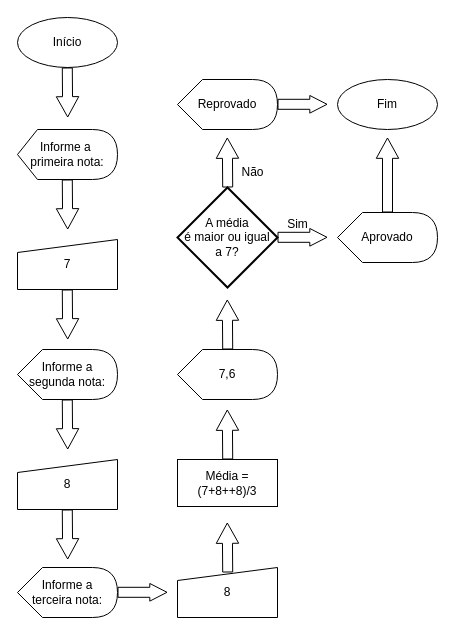
Above: Fluxograma/fluxograma-notas.drawio in guitrs/_git (draw.io), before the change. Source tidied: cells renumbered, new cells numbered last; positions are measured from the earlier drawing's top-left corner, leaving out a move shared by most shapes. Both pictures are drawn from the tidied source at 100%, with x=0, y=0 at pixel (17, 17).
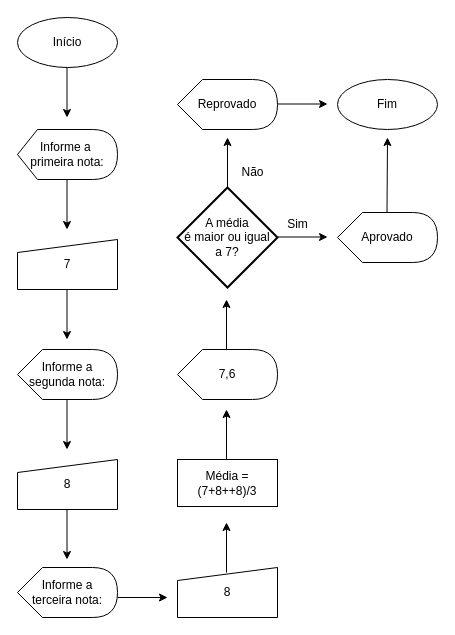
The same page after the edit.

Unchanged cells that the change refers to:
```xml
<mxCell id="23" value="Aprovado" style="shape=display;whiteSpace=wrap;html=1;" parent="1" vertex="1">
  <mxGeometry x="320" y="195" width="100" height="50" as="geometry" />
</mxCell>
```

Change to the diagram source:
```diff
@@
-    <mxCell id="8" style="shape=flexArrow;endArrow=classic;html=1;rounded=0;endWidth=11.428571428571429;endSize=6.442857142857142;" parent="1" edge="1">
-      <mxGeometry relative="1" as="geometry">
-        <mxPoint x="49.8" y="382" as="sourcePoint" />
-        <mxPoint x="50.2" y="432" as="targetPoint" />
-      </mxGeometry>
-    </mxCell>
-    <mxCell id="9" style="shape=flexArrow;endArrow=classic;html=1;rounded=0;endWidth=6.666666666666666;endSize=5.3999999999999995;" parent="1" edge="1">
-      <mxGeometry relative="1" as="geometry">
-        <mxPoint x="100" y="574.8" as="sourcePoint" />
-        <mxPoint x="150" y="574.8" as="targetPoint" />
-      </mxGeometry>
-    </mxCell>
-    <mxCell id="10" style="shape=flexArrow;endArrow=classic;html=1;rounded=0;endWidth=11.428571428571429;endSize=6.442857142857142;" parent="1" edge="1">
-      <mxGeometry relative="1" as="geometry">
-        <mxPoint x="49.8" y="272" as="sourcePoint" />
-        <mxPoint x="50.2" y="322" as="targetPoint" />
-      </mxGeometry>
-    </mxCell>
-    <mxCell id="11" style="shape=flexArrow;endArrow=classic;html=1;rounded=0;endWidth=11.428571428571429;endSize=6.442857142857142;" parent="1" edge="1">
-      <mxGeometry relative="1" as="geometry">
-        <mxPoint x="49.8" y="162" as="sourcePoint" />
-        <mxPoint x="50.2" y="212" as="targetPoint" />
-      </mxGeometry>
-    </mxCell>
-    <mxCell id="12" style="shape=flexArrow;endArrow=classic;html=1;rounded=0;endWidth=11.428571428571429;endSize=6.442857142857142;" parent="1" edge="1">
-      <mxGeometry relative="1" as="geometry">
-        <mxPoint x="49.8" y="50" as="sourcePoint" />
-        <mxPoint x="50.2" y="100" as="targetPoint" />
-      </mxGeometry>
-    </mxCell>
@@
-    <mxCell id="14" style="shape=flexArrow;endArrow=classic;html=1;rounded=0;endWidth=11.428571428571429;endSize=6.442857142857142;" parent="1" edge="1">
-      <mxGeometry relative="1" as="geometry">
-        <mxPoint x="49.8" y="492" as="sourcePoint" />
-        <mxPoint x="50.2" y="542" as="targetPoint" />
-      </mxGeometry>
-    </mxCell>
@@
-    <mxCell id="16" style="shape=flexArrow;endArrow=classic;html=1;rounded=0;endWidth=11.428571428571429;endSize=6.442857142857142;" parent="1" edge="1">
-      <mxGeometry relative="1" as="geometry">
-        <mxPoint x="210.2" y="555" as="sourcePoint" />
-        <mxPoint x="209.8" y="505" as="targetPoint" />
-      </mxGeometry>
-    </mxCell>
@@
-    <mxCell id="19" style="shape=flexArrow;endArrow=classic;html=1;rounded=0;endWidth=11.428571428571429;endSize=6.442857142857142;" parent="1" edge="1">
-      <mxGeometry relative="1" as="geometry">
-        <mxPoint x="210.2" y="442" as="sourcePoint" />
-        <mxPoint x="209.8" y="392" as="targetPoint" />
-      </mxGeometry>
-    </mxCell>
-    <mxCell id="20" style="shape=flexArrow;endArrow=classic;html=1;rounded=0;endWidth=11.428571428571429;endSize=6.442857142857142;" parent="1" edge="1">
-      <mxGeometry relative="1" as="geometry">
-        <mxPoint x="210.2" y="332" as="sourcePoint" />
-        <mxPoint x="209.8" y="282" as="targetPoint" />
-      </mxGeometry>
-    </mxCell>
-    <mxCell id="21" style="shape=flexArrow;endArrow=classic;html=1;rounded=0;endWidth=6.666666666666666;endSize=5.3999999999999995;" parent="1" edge="1">
-      <mxGeometry relative="1" as="geometry">
-        <mxPoint x="260" y="219.8" as="sourcePoint" />
-        <mxPoint x="310" y="219.8" as="targetPoint" />
-      </mxGeometry>
-    </mxCell>
@@
-    <mxCell id="25" style="shape=flexArrow;endArrow=classic;html=1;rounded=0;endWidth=11.428571428571429;endSize=6.442857142857142;" parent="1" edge="1">
-      <mxGeometry relative="1" as="geometry">
-        <mxPoint x="210.2" y="170" as="sourcePoint" />
-        <mxPoint x="209.8" y="120" as="targetPoint" />
-      </mxGeometry>
-    </mxCell>
@@
-    <mxCell id="27" style="shape=flexArrow;endArrow=classic;html=1;rounded=0;endWidth=6.666666666666666;endSize=5.3999999999999995;" parent="1" edge="1">
-      <mxGeometry relative="1" as="geometry">
-        <mxPoint x="260" y="86.8" as="sourcePoint" />
-        <mxPoint x="310" y="86.8" as="targetPoint" />
-      </mxGeometry>
-    </mxCell>
-    <mxCell id="28" style="shape=flexArrow;endArrow=classic;html=1;rounded=0;endWidth=11.428571428571429;endSize=6.442857142857142;exitX=0;exitY=0;exitDx=50;exitDy=0;exitPerimeter=0;" parent="1" edge="1" source="23">
-      <mxGeometry relative="1" as="geometry">
-        <mxPoint x="370" y="120" as="targetPoint" />
-      </mxGeometry>
-    </mxCell>
@@
+    <mxCell id="30" style="endArrow=classic;html=1;rounded=0;" parent="1" edge="1">
+      <mxGeometry relative="1" as="geometry">
+        <mxPoint x="49.5" y="50" as="sourcePoint" />
+        <mxPoint x="49.5" y="100" as="targetPoint" />
+      </mxGeometry>
+    </mxCell>
+    <mxCell id="31" style="endArrow=classic;html=1;rounded=0;" parent="1" edge="1">
+      <mxGeometry relative="1" as="geometry">
+        <mxPoint x="49.5" y="162" as="sourcePoint" />
+        <mxPoint x="49.5" y="212" as="targetPoint" />
+      </mxGeometry>
+    </mxCell>
+    <mxCell id="32" style="endArrow=classic;html=1;rounded=0;" parent="1" edge="1">
+      <mxGeometry relative="1" as="geometry">
+        <mxPoint x="49.5" y="272" as="sourcePoint" />
+        <mxPoint x="49.5" y="322" as="targetPoint" />
+        <Array as="points">
+          <mxPoint x="50" y="272" />
+        </Array>
+      </mxGeometry>
+    </mxCell>
+    <mxCell id="33" style="endArrow=classic;html=1;rounded=0;" parent="1" edge="1">
+      <mxGeometry relative="1" as="geometry">
+        <mxPoint x="49.5" y="382" as="sourcePoint" />
+        <mxPoint x="49.5" y="432" as="targetPoint" />
+      </mxGeometry>
+    </mxCell>
+    <mxCell id="34" style="endArrow=classic;html=1;rounded=0;" parent="1" edge="1">
+      <mxGeometry relative="1" as="geometry">
+        <mxPoint x="49.5" y="492" as="sourcePoint" />
+        <mxPoint x="49.5" y="542" as="targetPoint" />
+      </mxGeometry>
+    </mxCell>
+    <mxCell id="35" style="endArrow=classic;html=1;rounded=0;" parent="1" edge="1">
+      <mxGeometry relative="1" as="geometry">
+        <mxPoint x="100" y="580" as="sourcePoint" />
+        <mxPoint x="150" y="580" as="targetPoint" />
+      </mxGeometry>
+    </mxCell>
+    <mxCell id="36" style="endArrow=classic;html=1;rounded=0;" parent="1" edge="1">
+      <mxGeometry relative="1" as="geometry">
+        <mxPoint x="209" y="555" as="sourcePoint" />
+        <mxPoint x="209" y="505" as="targetPoint" />
+      </mxGeometry>
+    </mxCell>
+    <mxCell id="37" style="endArrow=classic;html=1;rounded=0;" parent="1" edge="1">
+      <mxGeometry relative="1" as="geometry">
+        <mxPoint x="209" y="442" as="sourcePoint" />
+        <mxPoint x="209" y="392" as="targetPoint" />
+      </mxGeometry>
+    </mxCell>
+    <mxCell id="38" style="endArrow=classic;html=1;rounded=0;" parent="1" edge="1">
+      <mxGeometry relative="1" as="geometry">
+        <mxPoint x="209" y="332" as="sourcePoint" />
+        <mxPoint x="209" y="282" as="targetPoint" />
+      </mxGeometry>
+    </mxCell>
+    <mxCell id="39" style="endArrow=classic;html=1;rounded=0;" parent="1" edge="1">
+      <mxGeometry relative="1" as="geometry">
+        <mxPoint x="210" y="170" as="sourcePoint" />
+        <mxPoint x="210" y="120" as="targetPoint" />
+      </mxGeometry>
+    </mxCell>
+    <mxCell id="40" style="endArrow=classic;html=1;rounded=0;" parent="1" edge="1">
+      <mxGeometry relative="1" as="geometry">
+        <mxPoint x="260" y="219.5" as="sourcePoint" />
+        <mxPoint x="310" y="219.5" as="targetPoint" />
+      </mxGeometry>
+    </mxCell>
+    <mxCell id="41" style="endArrow=classic;html=1;rounded=0;" parent="1" edge="1">
+      <mxGeometry relative="1" as="geometry">
+        <mxPoint x="369.5" y="195" as="sourcePoint" />
+        <mxPoint x="370" y="120" as="targetPoint" />
+      </mxGeometry>
+    </mxCell>
+    <mxCell id="42" style="endArrow=classic;html=1;rounded=0;" parent="1" edge="1">
+      <mxGeometry relative="1" as="geometry">
+        <mxPoint x="260" y="86.5" as="sourcePoint" />
+        <mxPoint x="310" y="86.5" as="targetPoint" />
+      </mxGeometry>
+    </mxCell>
```
